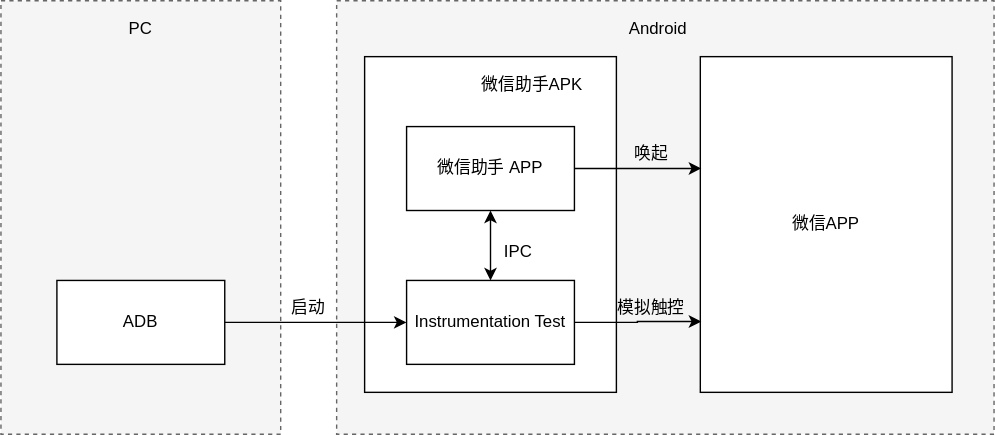
This is 微信助手.svg from Ryan-Hu/DOC, a draw.io export, as it was before one commit. Source tidied: cells renumbered, new cells last; positions are measured from the earlier drawing's top-left corner, leaving out a move shared by most shapes.
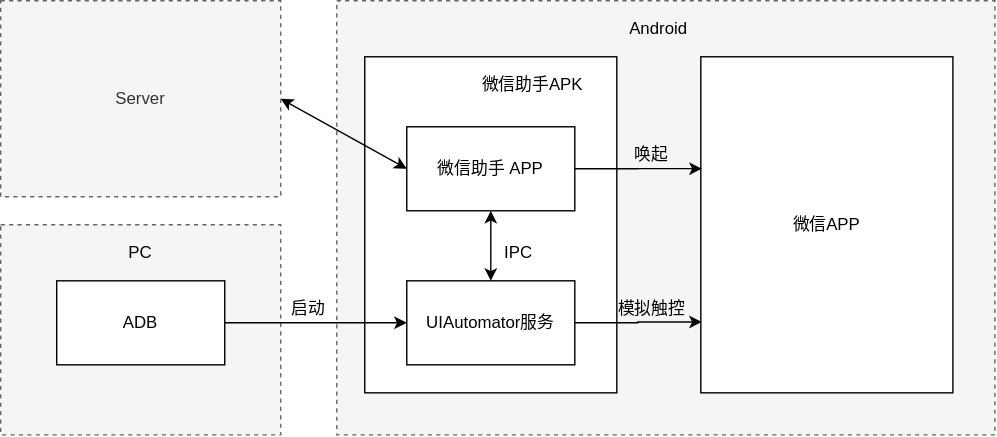
The same file after the commit.

What changed in the source:
```diff
@@ -20,7 +20,7 @@
     <mxCell id="7" style="edgeStyle=orthogonalEdgeStyle;rounded=0;jettySize=auto;html=1;exitX=1;exitY=0.5;exitDx=0;exitDy=0;entryX=0.004;entryY=0.789;entryDx=0;entryDy=0;entryPerimeter=0;" parent="1" edge="1" source="8" target="4">
       <mxGeometry relative="1" as="geometry" />
     </mxCell>
-    <mxCell id="8" value="Instrumentation Test" style="rounded=0;whiteSpace=wrap;html=1;" parent="1" vertex="1">
+    <mxCell id="8" value="UIAutomator服务" style="rounded=0;whiteSpace=wrap;html=1;" parent="1" vertex="1">
       <mxGeometry x="290" y="200" width="120" height="60" as="geometry" />
     </mxCell>
     <mxCell id="9" value="微信助手APK" style="text;html=1;strokeColor=none;fillColor=none;align=center;verticalAlign=middle;whiteSpace=wrap;rounded=0;" parent="1" vertex="1">
@@ -36,10 +36,10 @@
       <mxGeometry x="350" y="170" width="40" height="20" as="geometry" />
     </mxCell>
     <mxCell id="13" style="rounded=0;whiteSpace=wrap;html=1;fillColor=#f5f5f5;strokeColor=#666666;fontColor=#333333;dashed=1;" parent="1" vertex="1">
-      <mxGeometry width="200" height="310" as="geometry" />
+      <mxGeometry y="160" width="200" height="150" as="geometry" />
     </mxCell>
     <mxCell id="14" value="PC" style="text;html=1;strokeColor=none;fillColor=none;align=center;verticalAlign=middle;whiteSpace=wrap;rounded=0;" parent="1" vertex="1">
-      <mxGeometry x="80" y="10" width="40" height="20" as="geometry" />
+      <mxGeometry x="80" y="170" width="40" height="20" as="geometry" />
     </mxCell>
     <mxCell id="15" style="edgeStyle=orthogonalEdgeStyle;rounded=0;jettySize=auto;html=1;exitX=1;exitY=0.5;exitDx=0;exitDy=0;" parent="1" edge="1" source="16" target="8">
       <mxGeometry relative="1" as="geometry" />
@@ -59,5 +59,11 @@
     <mxCell id="20" value="Android" style="text;html=1;strokeColor=none;fillColor=none;align=center;verticalAlign=middle;whiteSpace=wrap;rounded=0;dashed=1;" parent="1" vertex="1">
       <mxGeometry x="450" y="10" width="40" height="20" as="geometry" />
     </mxCell>
+    <mxCell id="21" value="Server" style="rounded=0;whiteSpace=wrap;html=1;fillColor=#f5f5f5;strokeColor=#666666;fontColor=#333333;dashed=1;" parent="1" vertex="1">
+      <mxGeometry width="200" height="140" as="geometry" />
+    </mxCell>
+    <mxCell id="22" style="endArrow=classic;startArrow=classic;html=1;entryX=0;entryY=0.5;entryDx=0;entryDy=0;exitX=1;exitY=0.5;exitDx=0;exitDy=0;" parent="1" edge="1" source="21" target="6">
+      <mxGeometry relative="1" as="geometry" />
+    </mxCell>
   </root>
 </mxGraphModel>
```
